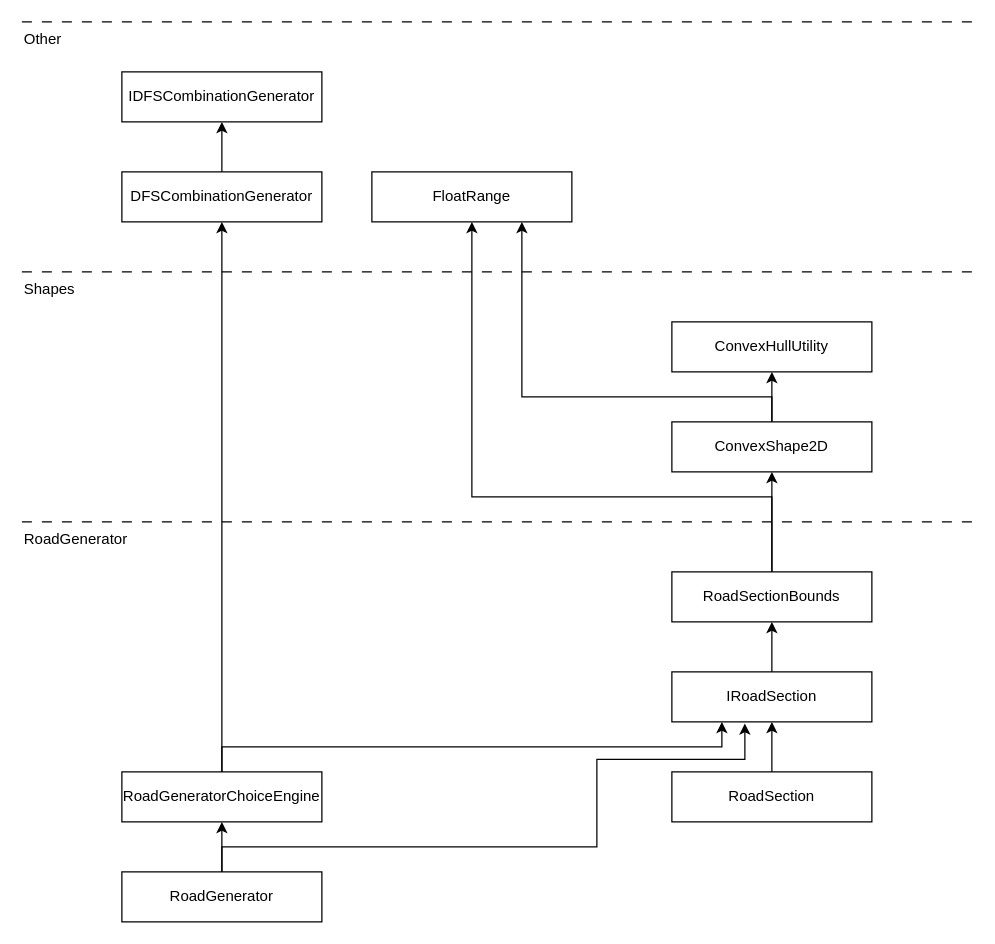
Above: Assets/Scripts/Architecture.drawio in JohnnyHowe/infinite-drifto-road-generation (draw.io), before the change. Source tidied: cells renumbered, new cells numbered last; positions are measured from the earlier drawing's top-left corner, leaving out a move shared by most shapes. Both pictures are drawn from the tidied source at 125%, with x=0, y=0 at pixel (21, 21).
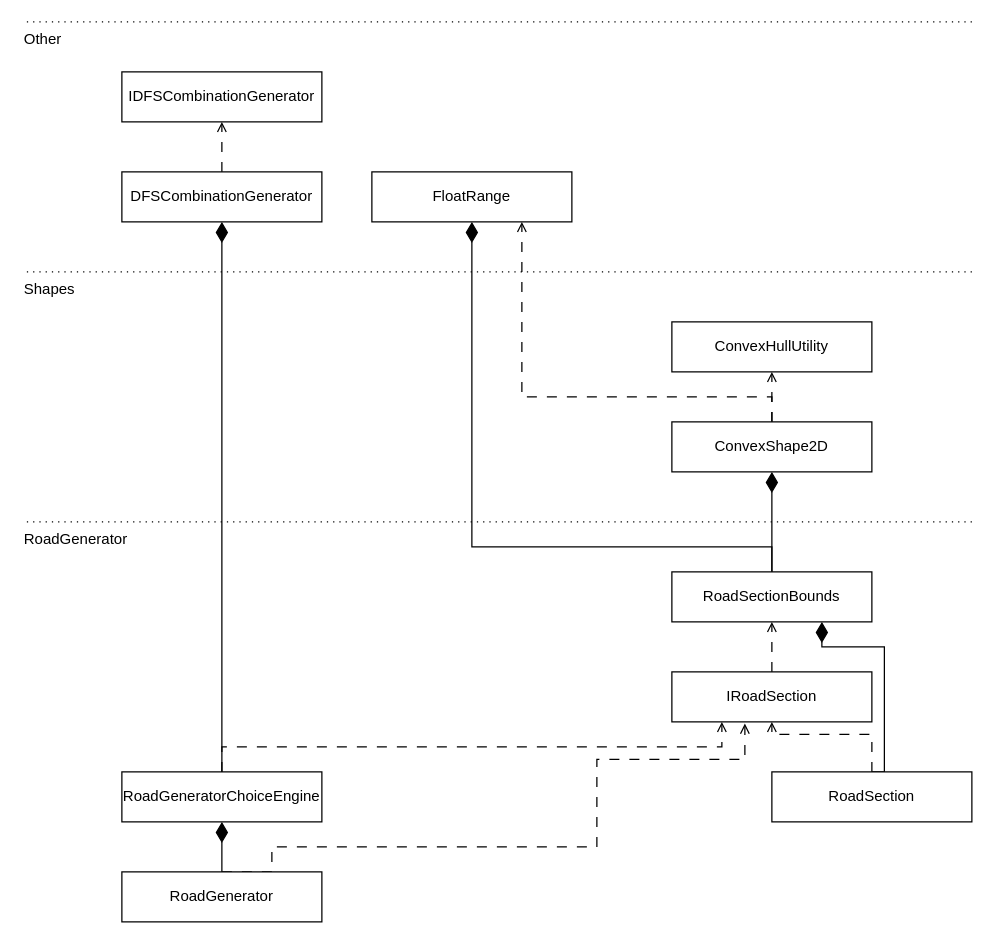
After the change.

Commit message (it also covers changes not shown here):
Architecture diagram UML depends and composition arrows

Unchanged cells that the change refers to:
```xml
<mxCell id="2" value="ConvexHullUtility" style="rounded=0;whiteSpace=wrap;html=1;" parent="1" vertex="1">
  <mxGeometry x="520" y="240" width="160" height="40" as="geometry" />
</mxCell>
<mxCell id="4" value="DFSCombinationGenerator" style="rounded=0;whiteSpace=wrap;html=1;" parent="1" vertex="1">
  <mxGeometry x="80" y="120" width="160" height="40" as="geometry" />
</mxCell>
<mxCell id="6" value="RoadGeneratorChoiceEngine" style="rounded=0;whiteSpace=wrap;html=1;" parent="1" vertex="1">
  <mxGeometry x="80" y="600" width="160" height="40" as="geometry" />
</mxCell>
<mxCell id="8" value="IRoadSection" style="rounded=0;whiteSpace=wrap;html=1;" parent="1" vertex="1">
  <mxGeometry x="520" y="520" width="160" height="40" as="geometry" />
</mxCell>
<mxCell id="13" value="RoadGenerator" style="rounded=0;whiteSpace=wrap;html=1;" parent="1" vertex="1">
  <mxGeometry x="80" y="680" width="160" height="40" as="geometry" />
</mxCell>
<mxCell id="15" value="FloatRange" style="rounded=0;whiteSpace=wrap;html=1;" parent="1" vertex="1">
  <mxGeometry x="280" y="120" width="160" height="40" as="geometry" />
</mxCell>
<mxCell id="18" value="RoadSectionBounds&lt;br&gt;" style="rounded=0;whiteSpace=wrap;html=1;" parent="1" vertex="1">
  <mxGeometry x="520" y="440" width="160" height="40" as="geometry" />
</mxCell>
<mxCell id="21" value="ConvexShape2D&lt;br&gt;" style="rounded=0;whiteSpace=wrap;html=1;" parent="1" vertex="1">
  <mxGeometry x="520" y="320" width="160" height="40" as="geometry" />
</mxCell>
<mxCell id="22" value="IDFSCombinationGenerator" style="rounded=0;whiteSpace=wrap;html=1;" parent="1" vertex="1">
  <mxGeometry x="80" y="40" width="160" height="40" as="geometry" />
</mxCell>
```

Change to the diagram source:
```diff
@@
-    <mxCell id="3" style="edgeStyle=orthogonalEdgeStyle;rounded=0;jettySize=auto;html=1;exitX=0.5;exitY=0;exitDx=0;exitDy=0;entryX=0.5;entryY=1;entryDx=0;entryDy=0;" parent="1" edge="1" source="4" target="22">
+    <mxCell id="3" style="edgeStyle=orthogonalEdgeStyle;rounded=0;jettySize=auto;html=1;exitX=0.5;exitY=0;exitDx=0;exitDy=0;entryX=0.5;entryY=1;entryDx=0;entryDy=0;dashed=1;dashPattern=8 8;endArrow=open;endFill=0;" parent="1" edge="1" source="4" target="22">
       <mxGeometry relative="1" as="geometry" />
     </mxCell>
@@
-    <mxCell id="5" style="edgeStyle=orthogonalEdgeStyle;rounded=0;jettySize=auto;html=1;exitX=0.5;exitY=0;exitDx=0;exitDy=0;entryX=0.5;entryY=1;entryDx=0;entryDy=0;" parent="1" edge="1" source="6" target="4">
-      <mxGeometry relative="1" as="geometry">
-        <Array as="points">
-          <mxPoint x="160" y="540" />
-          <mxPoint x="160" y="540" />
-        </Array>
-      </mxGeometry>
+    <mxCell id="5" style="edgeStyle=orthogonalEdgeStyle;rounded=0;jettySize=auto;html=1;exitX=0.5;exitY=0;exitDx=0;exitDy=0;entryX=0.5;entryY=1;entryDx=0;entryDy=0;endArrow=diamondThin;endFill=1;endSize=14;" parent="1" edge="1" source="6" target="4">
+      <mxGeometry relative="1" as="geometry" />
     </mxCell>
@@
-    <mxCell id="7" style="edgeStyle=orthogonalEdgeStyle;rounded=0;jettySize=auto;html=1;exitX=0.5;exitY=0;exitDx=0;exitDy=0;entryX=0.5;entryY=1;entryDx=0;entryDy=0;" parent="1" edge="1" source="8" target="18">
+    <mxCell id="7" style="edgeStyle=orthogonalEdgeStyle;rounded=0;jettySize=auto;html=1;exitX=0.5;exitY=0;exitDx=0;exitDy=0;entryX=0.5;entryY=1;entryDx=0;entryDy=0;dashed=1;dashPattern=8 8;endArrow=open;endFill=0;" parent="1" edge="1" source="8" target="18">
       <mxGeometry relative="1" as="geometry" />
     </mxCell>
@@
-    <mxCell id="9" style="edgeStyle=orthogonalEdgeStyle;rounded=0;jettySize=auto;html=1;exitX=0.5;exitY=0;exitDx=0;exitDy=0;entryX=0.5;entryY=1;entryDx=0;entryDy=0;" parent="1" edge="1" source="10" target="8">
-      <mxGeometry relative="1" as="geometry" />
+    <mxCell id="9" style="edgeStyle=orthogonalEdgeStyle;rounded=0;jettySize=auto;html=1;exitX=0.5;exitY=0;exitDx=0;exitDy=0;entryX=0.5;entryY=1;entryDx=0;entryDy=0;dashed=1;dashPattern=8 8;endArrow=open;endFill=0;" parent="1" edge="1" source="10" target="8">
+      <mxGeometry relative="1" as="geometry">
+        <Array as="points">
+          <mxPoint x="680" y="570" />
+          <mxPoint x="600" y="570" />
+        </Array>
+      </mxGeometry>
     </mxCell>
+    <mxCell id="32" style="edgeStyle=orthogonalEdgeStyle;rounded=0;jettySize=auto;html=1;exitX=0.5;exitY=0;exitDx=0;exitDy=0;entryX=0.75;entryY=1;entryDx=0;entryDy=0;endArrow=diamondThin;endFill=1;endSize=14;" parent="1" edge="1" source="10" target="18">
+      <mxGeometry relative="1" as="geometry">
+        <Array as="points">
+          <mxPoint x="690" y="600" />
+          <mxPoint x="690" y="500" />
+          <mxPoint x="640" y="500" />
+        </Array>
+      </mxGeometry>
+    </mxCell>
     <mxCell id="10" value="RoadSection" style="rounded=0;whiteSpace=wrap;html=1;" parent="1" vertex="1">
-      <mxGeometry x="520" y="600" width="160" height="40" as="geometry" />
+      <mxGeometry x="600" y="600" width="160" height="40" as="geometry" />
     </mxCell>
-    <mxCell id="11" style="edgeStyle=orthogonalEdgeStyle;rounded=0;jettySize=auto;html=1;exitX=0.5;exitY=0;exitDx=0;exitDy=0;entryX=0.25;entryY=1;entryDx=0;entryDy=0;" parent="1" edge="1" source="6" target="8">
+    <mxCell id="11" style="edgeStyle=orthogonalEdgeStyle;rounded=0;jettySize=auto;html=1;exitX=0.5;exitY=0;exitDx=0;exitDy=0;entryX=0.25;entryY=1;entryDx=0;entryDy=0;dashed=1;dashPattern=8 8;endArrow=open;endFill=0;" parent="1" edge="1" source="6" target="8">
       <mxGeometry relative="1" as="geometry">
         <Array as="points">
           <mxPoint x="160" y="580" />
           <mxPoint x="560" y="580" />
         </Array>
       </mxGeometry>
     </mxCell>
-    <mxCell id="12" style="edgeStyle=orthogonalEdgeStyle;rounded=0;jettySize=auto;html=1;exitX=0.5;exitY=0;exitDx=0;exitDy=0;entryX=0.365;entryY=1.033;entryDx=0;entryDy=0;entryPerimeter=0;" parent="1" edge="1" source="13" target="8">
+    <mxCell id="12" style="edgeStyle=orthogonalEdgeStyle;rounded=0;jettySize=auto;html=1;exitX=0.5;exitY=0;exitDx=0;exitDy=0;entryX=0.365;entryY=1.033;entryDx=0;entryDy=0;entryPerimeter=0;dashed=1;dashPattern=8 8;endArrow=open;endFill=0;" parent="1" edge="1" source="13" target="8">
       <mxGeometry relative="1" as="geometry">
         <Array as="points">
-          <mxPoint x="160" y="660" />
+          <mxPoint x="200" y="680" />
+          <mxPoint x="200" y="660" />
           <mxPoint x="460" y="660" />
           <mxPoint x="460" y="590" />
           <mxPoint x="578" y="590" />
         </Array>
       </mxGeometry>
     </mxCell>
+    <mxCell id="14" style="edgeStyle=orthogonalEdgeStyle;rounded=0;jettySize=auto;html=1;exitX=0.5;exitY=0;exitDx=0;exitDy=0;entryX=0.5;entryY=1;entryDx=0;entryDy=0;endArrow=diamondThin;endFill=1;endSize=14;" parent="1" edge="1" source="13" target="6">
+      <mxGeometry relative="1" as="geometry" />
+    </mxCell>
@@
-    <mxCell id="14" style="edgeStyle=orthogonalEdgeStyle;rounded=0;jettySize=auto;html=1;exitX=0.5;exitY=0;exitDx=0;exitDy=0;entryX=0.5;entryY=1;entryDx=0;entryDy=0;" parent="1" edge="1" source="13" target="6">
-      <mxGeometry relative="1" as="geometry" />
-    </mxCell>
@@
-    <mxCell id="16" style="edgeStyle=orthogonalEdgeStyle;rounded=0;jettySize=auto;html=1;exitX=0.5;exitY=0;exitDx=0;exitDy=0;entryX=0.5;entryY=1;entryDx=0;entryDy=0;" parent="1" edge="1" source="18" target="21">
+    <mxCell id="16" style="edgeStyle=orthogonalEdgeStyle;rounded=0;jettySize=auto;html=1;exitX=0.5;exitY=0;exitDx=0;exitDy=0;entryX=0.5;entryY=1;entryDx=0;entryDy=0;endArrow=diamondThin;endFill=1;endSize=14;" parent="1" edge="1" source="18" target="21">
       <mxGeometry relative="1" as="geometry" />
     </mxCell>
-    <mxCell id="17" style="edgeStyle=orthogonalEdgeStyle;rounded=0;jettySize=auto;html=1;exitX=0.5;exitY=0;exitDx=0;exitDy=0;entryX=0.5;entryY=1;entryDx=0;entryDy=0;" parent="1" edge="1" source="18" target="15">
+    <mxCell id="17" style="edgeStyle=orthogonalEdgeStyle;rounded=0;jettySize=auto;html=1;exitX=0.5;exitY=0;exitDx=0;exitDy=0;entryX=0.5;entryY=1;entryDx=0;entryDy=0;endArrow=diamondThin;endFill=1;endSize=14;" parent="1" edge="1" source="18" target="15">
       <mxGeometry relative="1" as="geometry">
         <Array as="points">
-          <mxPoint x="600" y="380" />
-          <mxPoint x="360" y="380" />
+          <mxPoint x="600" y="420" />
+          <mxPoint x="360" y="420" />
         </Array>
       </mxGeometry>
     </mxCell>
@@
+    <mxCell id="20" style="edgeStyle=orthogonalEdgeStyle;rounded=0;jettySize=auto;html=1;exitX=0.5;exitY=0;exitDx=0;exitDy=0;entryX=0.75;entryY=1;entryDx=0;entryDy=0;dashed=1;dashPattern=8 8;endArrow=open;endFill=0;" parent="1" edge="1" source="21" target="15">
+      <mxGeometry relative="1" as="geometry">
+        <Array as="points">
+          <mxPoint x="600" y="300" />
+          <mxPoint x="400" y="300" />
+        </Array>
+      </mxGeometry>
+    </mxCell>
-    <mxCell id="19" style="edgeStyle=orthogonalEdgeStyle;rounded=0;jettySize=auto;html=1;exitX=0.5;exitY=0;exitDx=0;exitDy=0;entryX=0.5;entryY=1;entryDx=0;entryDy=0;" parent="1" edge="1" source="21" target="2">
+    <mxCell id="19" style="edgeStyle=orthogonalEdgeStyle;rounded=0;jettySize=auto;html=1;exitX=0.5;exitY=0;exitDx=0;exitDy=0;entryX=0.5;entryY=1;entryDx=0;entryDy=0;dashed=1;dashPattern=8 8;endArrow=open;endFill=0;" parent="1" edge="1" source="21" target="2">
       <mxGeometry relative="1" as="geometry" />
     </mxCell>
-    <mxCell id="20" style="edgeStyle=orthogonalEdgeStyle;rounded=0;jettySize=auto;html=1;exitX=0.5;exitY=0;exitDx=0;exitDy=0;entryX=0.75;entryY=1;entryDx=0;entryDy=0;" parent="1" edge="1" source="21" target="15">
-      <mxGeometry relative="1" as="geometry">
-        <Array as="points">
-          <mxPoint x="600" y="300" />
-          <mxPoint x="400" y="300" />
-        </Array>
-      </mxGeometry>
-    </mxCell>
@@
-    <mxCell id="23" style="group;" parent="1" vertex="1">
-      <mxGeometry y="400" width="760" height="30" as="geometry" />
-    </mxCell>
+    <mxCell id="27" style="endArrow=none;html=1;rounded=0;dashed=1;dashPattern=1 4;" parent="1" edge="1">
+      <mxGeometry relative="1" as="geometry">
+        <mxPoint x="760" y="200" as="sourcePoint" />
+        <mxPoint y="200" as="targetPoint" />
+      </mxGeometry>
+    </mxCell>
+    <mxCell id="28" value="Shapes" style="text;html=1;align=left;verticalAlign=top;strokeColor=none;fillColor=none;" parent="1" vertex="1">
+      <mxGeometry y="200" width="60" height="30" as="geometry" />
+    </mxCell>
-    <mxCell id="24" style="endArrow=none;html=1;rounded=0;dashed=1;dashPattern=8 8;" parent="23" edge="1">
+    <mxCell id="24" style="endArrow=none;html=1;rounded=0;dashed=1;dashPattern=1 4;" parent="1" edge="1">
       <mxGeometry relative="1" as="geometry">
-        <mxPoint x="760" as="sourcePoint" />
-        <mxPoint as="targetPoint" />
+        <mxPoint x="760" y="400" as="sourcePoint" />
+        <mxPoint y="400" as="targetPoint" />
       </mxGeometry>
     </mxCell>
-    <mxCell id="25" value="RoadGenerator" style="text;html=1;align=left;verticalAlign=top;strokeColor=none;fillColor=none;" parent="23" vertex="1">
-      <mxGeometry width="110" height="30" as="geometry" />
+    <mxCell id="25" value="RoadGenerator" style="text;html=1;align=left;verticalAlign=top;strokeColor=none;fillColor=none;" parent="1" vertex="1">
+      <mxGeometry y="400" width="110" height="30" as="geometry" />
     </mxCell>
-    <mxCell id="26" style="group;" parent="1" vertex="1">
-      <mxGeometry y="200" width="760" height="30" as="geometry" />
-    </mxCell>
-    <mxCell id="27" style="endArrow=none;html=1;rounded=0;dashed=1;dashPattern=8 8;" parent="26" edge="1">
-      <mxGeometry relative="1" as="geometry">
-        <mxPoint x="760" as="sourcePoint" />
-        <mxPoint as="targetPoint" />
-      </mxGeometry>
-    </mxCell>
-    <mxCell id="28" value="Shapes" style="text;html=1;align=left;verticalAlign=top;strokeColor=none;fillColor=none;" parent="26" vertex="1">
-      <mxGeometry width="60" height="30" as="geometry" />
-    </mxCell>
-    <mxCell id="29" style="group;" parent="1" vertex="1">
-      <mxGeometry width="760" height="30" as="geometry" />
-    </mxCell>
-    <mxCell id="30" style="endArrow=none;html=1;rounded=0;dashed=1;dashPattern=8 8;" parent="29" edge="1">
+    <mxCell id="30" style="endArrow=none;html=1;rounded=0;dashed=1;dashPattern=1 4;" parent="1" edge="1">
       <mxGeometry relative="1" as="geometry">
         <mxPoint x="760" as="sourcePoint" />
         <mxPoint as="targetPoint" />
       </mxGeometry>
     </mxCell>
-    <mxCell id="31" value="Other" style="text;html=1;align=left;verticalAlign=top;strokeColor=none;fillColor=none;" parent="29" vertex="1">
+    <mxCell id="31" value="Other" style="text;html=1;align=left;verticalAlign=top;strokeColor=none;fillColor=none;" parent="1" vertex="1">
       <mxGeometry width="50" height="30" as="geometry" />
     </mxCell>
```
